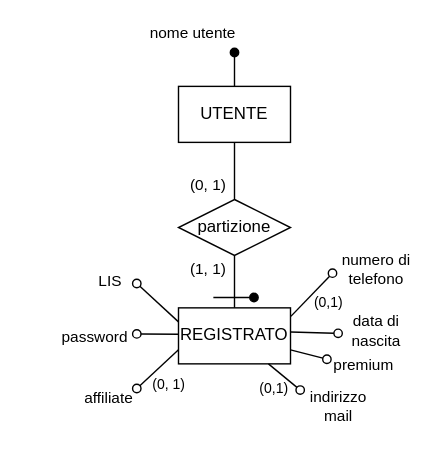
Above: Progetto Esame - DBSperimentazioni A.A. 2023-2024/Diagrammi/generalizzazioni/2.3.2.1_gen_1d_cor.drawio in Mattron2000/Basi_di_dati (draw.io), before the change. Source tidied: cells renumbered, new cells numbered last; positions are measured from the earlier drawing's top-left corner, leaving out a move shared by most shapes. Both pictures are drawn from the tidied source at 140%, with x=0, y=0 at pixel (66, 52).
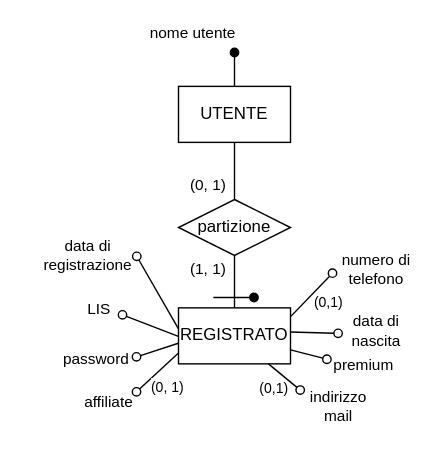
The same diagram, later.

Unchanged cells that the change refers to:
```xml
<mxCell id="9" value="REGISTRATO" style="whiteSpace=wrap;html=1;" parent="1" vertex="1">
  <mxGeometry x="80" y="182.4" width="80" height="40" as="geometry" />
</mxCell>
```

Diff of the diagram source:
```diff
@@
-    <mxCell id="10" style="endArrow=oval;html=1;fillStyle=auto;strokeWidth=1;startSize=6;endSize=6;fillColor=#000000;startArrow=none;startFill=0;endFill=0;exitX=0.003;exitY=0.445;exitDx=0;exitDy=0;exitPerimeter=0;" parent="1" edge="1">
-      <mxGeometry relative="1" as="geometry">
-        <mxPoint x="80" y="201.2" as="sourcePoint" />
-        <mxPoint x="50.2" y="201" as="targetPoint" />
-      </mxGeometry>
-    </mxCell>
-    <mxCell id="11" value="password" style="edgeLabel;html=1;align=center;verticalAlign=middle;" parent="10" vertex="1">
-      <mxGeometry x="0.48" y="1" relative="1" as="geometry">
-        <mxPoint x="-38" as="offset" />
-      </mxGeometry>
-    </mxCell>
@@
-    <mxCell id="18" style="endArrow=oval;html=1;fillStyle=auto;strokeWidth=1;startSize=6;endSize=6;fillColor=#000000;startArrow=none;startFill=0;endFill=0;exitX=0;exitY=0.25;exitDx=0;exitDy=0;" parent="1" edge="1" source="9">
-      <mxGeometry relative="1" as="geometry">
-        <mxPoint x="50.2" y="165" as="targetPoint" />
-      </mxGeometry>
-    </mxCell>
-    <mxCell id="19" value="LIS" style="edgeLabel;html=1;align=center;verticalAlign=middle;" parent="18" vertex="1">
-      <mxGeometry x="0.48" y="1" relative="1" as="geometry">
-        <mxPoint x="-27" y="-10" as="offset" />
-      </mxGeometry>
-    </mxCell>
@@
-    <mxCell id="24" style="endArrow=oval;html=1;fillStyle=auto;strokeWidth=1;startSize=6;endSize=6;fillColor=#000000;startArrow=none;startFill=0;endFill=0;strokeColor=#000000;exitX=0;exitY=0.75;exitDx=0;exitDy=0;" parent="1" edge="1" source="9">
-      <mxGeometry relative="1" as="geometry">
-        <mxPoint x="50.2" y="240" as="targetPoint" />
-      </mxGeometry>
-    </mxCell>
+    <mxCell id="27" style="endArrow=oval;html=1;fillStyle=auto;strokeWidth=1;startSize=6;endSize=6;fillColor=#000000;startArrow=none;startFill=0;endFill=0;exitX=0.001;exitY=0.57;exitDx=0;exitDy=0;exitPerimeter=0;" parent="1" edge="1">
+      <mxGeometry relative="1" as="geometry">
+        <mxPoint x="79.9" y="207.7" as="sourcePoint" />
+        <mxPoint x="50" y="217.4" as="targetPoint" />
+      </mxGeometry>
+    </mxCell>
+    <mxCell id="11" value="password" style="edgeLabel;html=1;align=center;verticalAlign=middle;" parent="27" vertex="1">
+      <mxGeometry x="0.48" y="1" relative="1" as="geometry">
+        <mxPoint x="-38" y="3" as="offset" />
+      </mxGeometry>
+    </mxCell>
+    <mxCell id="28" style="endArrow=oval;html=1;fillStyle=auto;strokeWidth=1;startSize=6;endSize=6;fillColor=#000000;startArrow=none;startFill=0;endFill=0;exitX=0.001;exitY=0.445;exitDx=0;exitDy=0;exitPerimeter=0;" parent="1" edge="1">
+      <mxGeometry relative="1" as="geometry">
+        <mxPoint x="79.9" y="202.7" as="sourcePoint" />
+        <mxPoint x="40" y="187.4" as="targetPoint" />
+      </mxGeometry>
+    </mxCell>
+    <mxCell id="19" value="LIS" style="edgeLabel;html=1;align=center;verticalAlign=middle;" parent="28" vertex="1">
+      <mxGeometry x="0.48" y="1" relative="1" as="geometry">
+        <mxPoint x="-27" y="-10" as="offset" />
+      </mxGeometry>
+    </mxCell>
+    <mxCell id="29" style="endArrow=oval;html=1;fillStyle=auto;strokeWidth=1;startSize=6;endSize=6;fillColor=#000000;startArrow=none;startFill=0;endFill=0;strokeColor=#000000;exitX=0;exitY=0.75;exitDx=0;exitDy=0;" parent="1" edge="1">
+      <mxGeometry relative="1" as="geometry">
+        <mxPoint x="79.8" y="214.9" as="sourcePoint" />
+        <mxPoint x="50" y="242.4" as="targetPoint" />
+      </mxGeometry>
+    </mxCell>
     <mxCell id="25" value="&lt;font style=&quot;font-size: 10px;&quot;&gt;(0, 1)&lt;/font&gt;" style="edgeLabel;html=1;align=center;verticalAlign=middle;fontSize=11;fontFamily=Helvetica;fontColor=default;" parent="1" vertex="1">
-      <mxGeometry x="80" y="232.4" as="geometry">
+      <mxGeometry x="79.8" y="234.9" as="geometry">
         <mxPoint x="-8" y="4" as="offset" />
       </mxGeometry>
     </mxCell>
     <mxCell id="26" value="&lt;font style=&quot;font-size: 11px;&quot;&gt;affiliate&lt;/font&gt;" style="text;html=1;align=center;verticalAlign=middle;strokeColor=none;fillColor=none;" parent="1" vertex="1">
-      <mxGeometry y="232.4" width="60" height="30" as="geometry" />
+      <mxGeometry x="-0.2" y="234.9" width="60" height="30" as="geometry" />
     </mxCell>
+    <mxCell id="30" style="endArrow=oval;html=1;fillStyle=auto;strokeWidth=1;startSize=6;endSize=6;fillColor=#000000;startArrow=none;startFill=0;endFill=0;fontSize=11;exitX=0.002;exitY=0.314;exitDx=0;exitDy=0;exitPerimeter=0;" parent="1" edge="1">
+      <mxGeometry relative="1" as="geometry">
+        <mxPoint x="80" y="197.4" as="sourcePoint" />
+        <mxPoint x="50.2" y="145.6" as="targetPoint" />
+      </mxGeometry>
+    </mxCell>
+    <mxCell id="31" value="data di&lt;br&gt;registrazione" style="text;html=1;align=center;verticalAlign=middle;strokeColor=none;fillColor=none;fontSize=11;" parent="1" vertex="1">
+      <mxGeometry x="-30" y="125" width="90" height="40" as="geometry" />
+    </mxCell>
```
